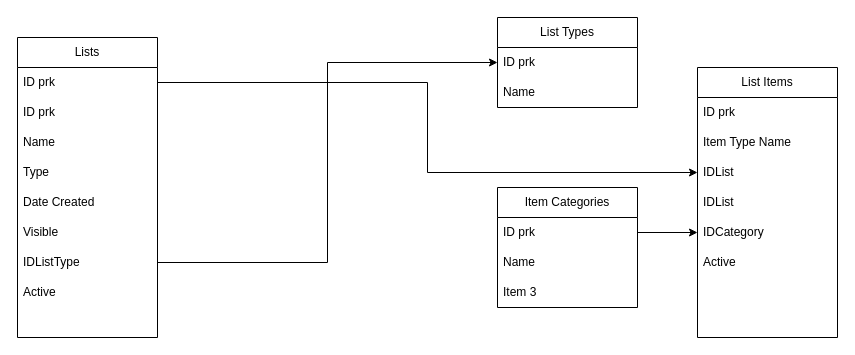
The draw.io diagram OrganizerAppDataBaseSchema.drawio in Fre-edom/OrganizerApp, before the edit. Source tidied: cells renumbered, new cells numbered last; positions are measured from the earlier drawing's top-left corner, leaving out a move shared by most shapes. Both pictures are drawn from the tidied source at 100%, with x=0, y=0 at pixel (17, 17).
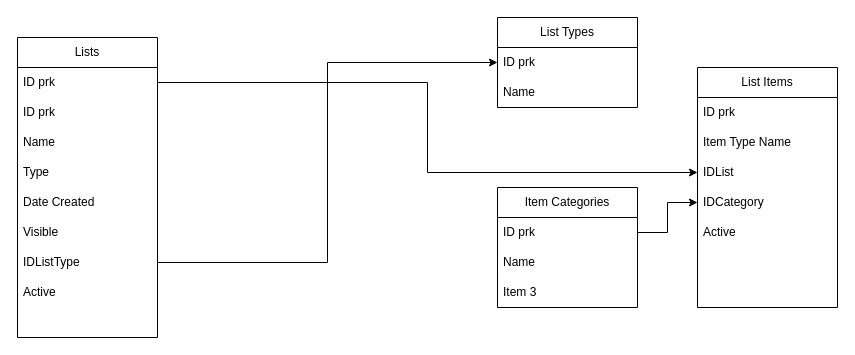
The same page after the edit.

What changed in the source:
```diff
@@
     <mxCell id="15" value="List Items" style="swimlane;fontStyle=0;horizontal=1;startSize=30;whiteSpace=wrap;html=1;" parent="1" vertex="1">
-      <mxGeometry x="680" y="50" width="140" height="270" as="geometry" />
+      <mxGeometry x="680" y="50" width="140" height="240" as="geometry" />
     </mxCell>
@@
-    <mxCell id="19" value="IDList&lt;span style=&quot;white-space: pre;&quot;&gt;&#9;&lt;/span&gt;" style="text;strokeColor=none;fillColor=none;align=left;verticalAlign=middle;spacingLeft=4;spacingRight=4;overflow=hidden;whiteSpace=wrap;html=1;" parent="15" vertex="1">
-      <mxGeometry y="120" width="140" height="30" as="geometry" />
-    </mxCell>
     <mxCell id="20" value="IDCategory" style="text;strokeColor=none;fillColor=none;align=left;verticalAlign=middle;spacingLeft=4;spacingRight=4;overflow=hidden;points=[[0,0.5],[1,0.5]];portConstraint=eastwest;whiteSpace=wrap;html=1;" parent="15" vertex="1">
-      <mxGeometry y="150" width="140" height="30" as="geometry" />
+      <mxGeometry y="120" width="140" height="30" as="geometry" />
     </mxCell>
     <mxCell id="21" value="Active" style="text;strokeColor=none;fillColor=none;align=left;verticalAlign=middle;spacingLeft=4;spacingRight=4;overflow=hidden;whiteSpace=wrap;html=1;" parent="15" vertex="1">
-      <mxGeometry y="180" width="140" height="30" as="geometry" />
+      <mxGeometry y="150" width="140" height="30" as="geometry" />
     </mxCell>
     <mxCell id="22" style="text;strokeColor=none;fillColor=none;align=left;verticalAlign=middle;spacingLeft=4;spacingRight=4;overflow=hidden;whiteSpace=wrap;html=1;" parent="15" vertex="1">
-      <mxGeometry y="210" width="140" height="30" as="geometry" />
+      <mxGeometry y="180" width="140" height="30" as="geometry" />
     </mxCell>
     <mxCell id="23" style="text;strokeColor=none;fillColor=none;align=left;verticalAlign=middle;spacingLeft=4;spacingRight=4;overflow=hidden;whiteSpace=wrap;html=1;" parent="15" vertex="1">
-      <mxGeometry y="240" width="140" height="30" as="geometry" />
+      <mxGeometry y="210" width="140" height="30" as="geometry" />
     </mxCell>
```
